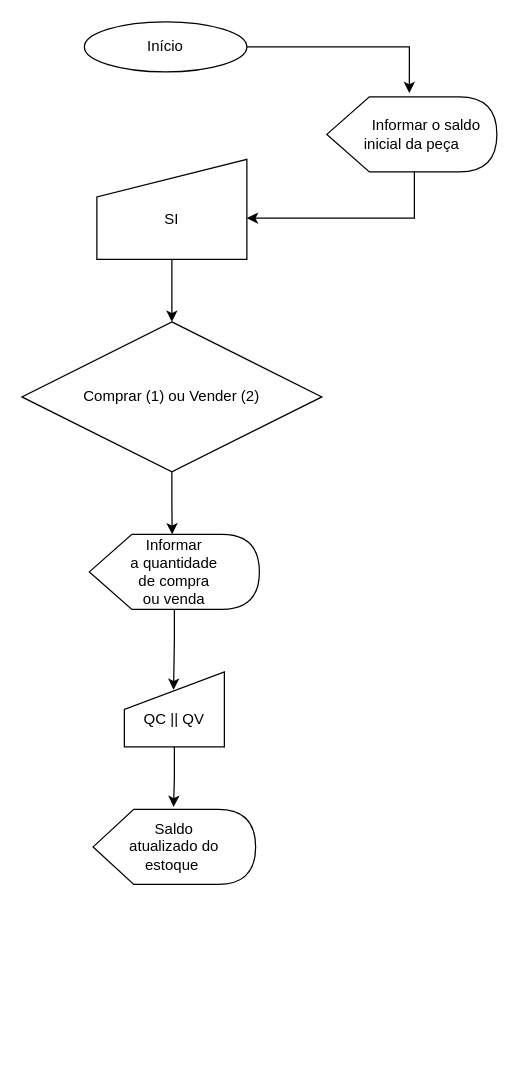
Above: 06 - Lógica de programação/04a - Atividade 1 - Desenvolvimento de algoritmo para um sistema de controle de estoque de peças/Fluxograma  para um sistema de controle de estoque de peças.drawio in renato-wessmer/SENAI-Front-End (draw.io), before the change. Source tidied: cells renumbered, new cells numbered last; positions are measured from the earlier drawing's top-left corner, leaving out a move shared by most shapes. Both pictures are drawn from the tidied source at 125%, with x=0, y=0 at pixel (21, 21).
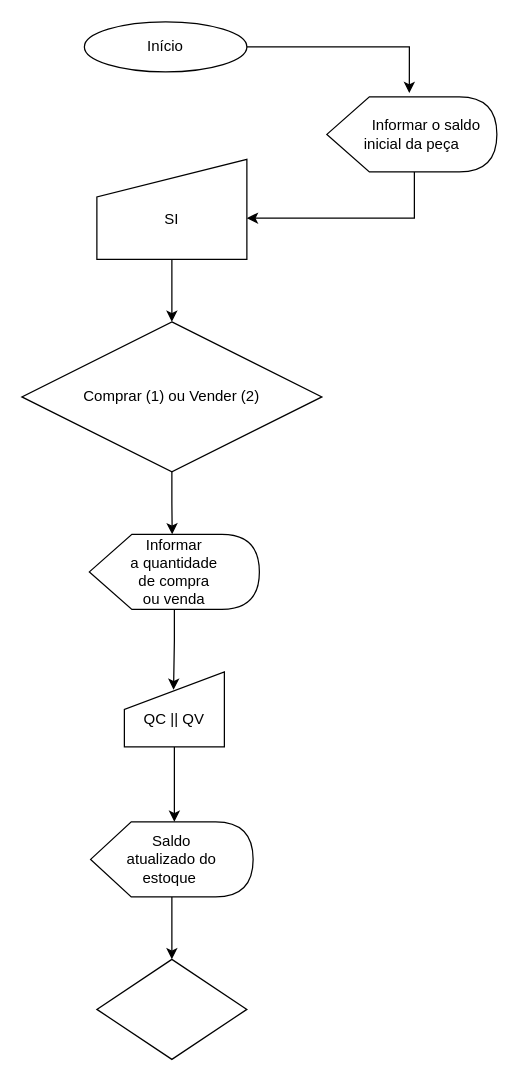
The same diagram, later.

The edit, as a diff of the source:
```diff
@@
 <mxGraphModel>
   <root>
     <mxCell id="0" />
     <mxCell id="1" parent="0" />
     <mxCell id="2" style="edgeStyle=orthogonalEdgeStyle;rounded=0;jettySize=auto;html=1;exitX=1;exitY=0.5;exitDx=0;exitDy=0;entryX=0.485;entryY=-0.05;entryDx=0;entryDy=0;entryPerimeter=0;" parent="1" edge="1" source="3" target="5">
       <mxGeometry relative="1" as="geometry" />
     </mxCell>
     <mxCell id="3" value="Início" style="ellipse;whiteSpace=wrap;html=1;" parent="1" vertex="1">
       <mxGeometry x="50" width="130" height="40" as="geometry" />
     </mxCell>
     <mxCell id="4" style="edgeStyle=orthogonalEdgeStyle;rounded=0;jettySize=auto;html=1;exitX=0;exitY=0;exitDx=70;exitDy=60;exitPerimeter=0;entryX=1;entryY=0.588;entryDx=0;entryDy=0;entryPerimeter=0;" parent="1" edge="1" source="5" target="7">
       <mxGeometry relative="1" as="geometry" />
     </mxCell>
     <mxCell id="5" value="&amp;nbsp; &amp;nbsp; &amp;nbsp; &amp;nbsp;Informar o saldo inicial da peça" style="shape=display;whiteSpace=wrap;html=1;" parent="1" vertex="1">
       <mxGeometry x="244" y="60" width="136" height="60" as="geometry" />
     </mxCell>
     <mxCell id="6" style="edgeStyle=orthogonalEdgeStyle;rounded=0;jettySize=auto;html=1;exitX=0.5;exitY=1;exitDx=0;exitDy=0;entryX=0.5;entryY=0;entryDx=0;entryDy=0;" parent="1" edge="1" source="7" target="9">
       <mxGeometry relative="1" as="geometry" />
     </mxCell>
     <mxCell id="7" value="&lt;br&gt;SI" style="shape=manualInput;whiteSpace=wrap;html=1;" parent="1" vertex="1">
       <mxGeometry x="60" y="110" width="120" height="80" as="geometry" />
     </mxCell>
     <mxCell id="8" style="edgeStyle=orthogonalEdgeStyle;rounded=0;jettySize=auto;html=1;entryX=0;entryY=0;entryDx=66.25;entryDy=0;entryPerimeter=0;" parent="1" edge="1" source="9" target="12">
       <mxGeometry relative="1" as="geometry" />
     </mxCell>
     <mxCell id="9" value="Comprar (1) ou Vender (2)" style="rhombus;whiteSpace=wrap;html=1;" parent="1" vertex="1">
       <mxGeometry y="240" width="240" height="120" as="geometry" />
     </mxCell>
+    <mxCell id="15" style="edgeStyle=orthogonalEdgeStyle;rounded=0;jettySize=auto;html=1;entryX=0.5;entryY=0;entryDx=0;entryDy=0;" parent="1" edge="1" source="10" target="17">
+      <mxGeometry relative="1" as="geometry" />
+    </mxCell>
     <mxCell id="10" value="Saldo&lt;br&gt;atualizado do &lt;br&gt;estoque&amp;nbsp;" style="shape=display;whiteSpace=wrap;html=1;" parent="1" vertex="1">
-      <mxGeometry x="57" y="630" width="130" height="60" as="geometry" />
+      <mxGeometry x="55" y="640" width="130" height="60" as="geometry" />
     </mxCell>
     <mxCell id="11" style="edgeStyle=orthogonalEdgeStyle;rounded=0;jettySize=auto;html=1;entryX=0.492;entryY=0.239;entryDx=0;entryDy=0;entryPerimeter=0;" parent="1" edge="1" source="12" target="14">
       <mxGeometry relative="1" as="geometry" />
     </mxCell>
     <mxCell id="12" value="Informar&lt;br&gt;a quantidade&lt;br&gt;de compra&lt;br&gt;ou venda" style="shape=display;whiteSpace=wrap;html=1;" parent="1" vertex="1">
       <mxGeometry x="54" y="410" width="136" height="60" as="geometry" />
     </mxCell>
-    <mxCell id="13" style="edgeStyle=orthogonalEdgeStyle;rounded=0;jettySize=auto;html=1;entryX=0.495;entryY=-0.033;entryDx=0;entryDy=0;entryPerimeter=0;" parent="1" edge="1" source="14" target="10">
-      <mxGeometry relative="1" as="geometry" />
-    </mxCell>
+    <mxCell id="16" style="edgeStyle=orthogonalEdgeStyle;rounded=0;jettySize=auto;html=1;entryX=0.5;entryY=0;entryDx=0;entryDy=0;" parent="1" edge="1" source="14">
+      <mxGeometry relative="1" as="geometry">
+        <mxPoint x="122" y="640" as="targetPoint" />
+      </mxGeometry>
+    </mxCell>
     <mxCell id="14" value="&lt;br&gt;QC || QV" style="shape=manualInput;whiteSpace=wrap;html=1;" parent="1" vertex="1">
       <mxGeometry x="82" y="520" width="80" height="60" as="geometry" />
     </mxCell>
+    <mxCell id="17" style="rhombus;whiteSpace=wrap;html=1;" parent="1" vertex="1">
+      <mxGeometry x="60" y="750" width="120" height="80" as="geometry" />
+    </mxCell>
   </root>
 </mxGraphModel>
```
